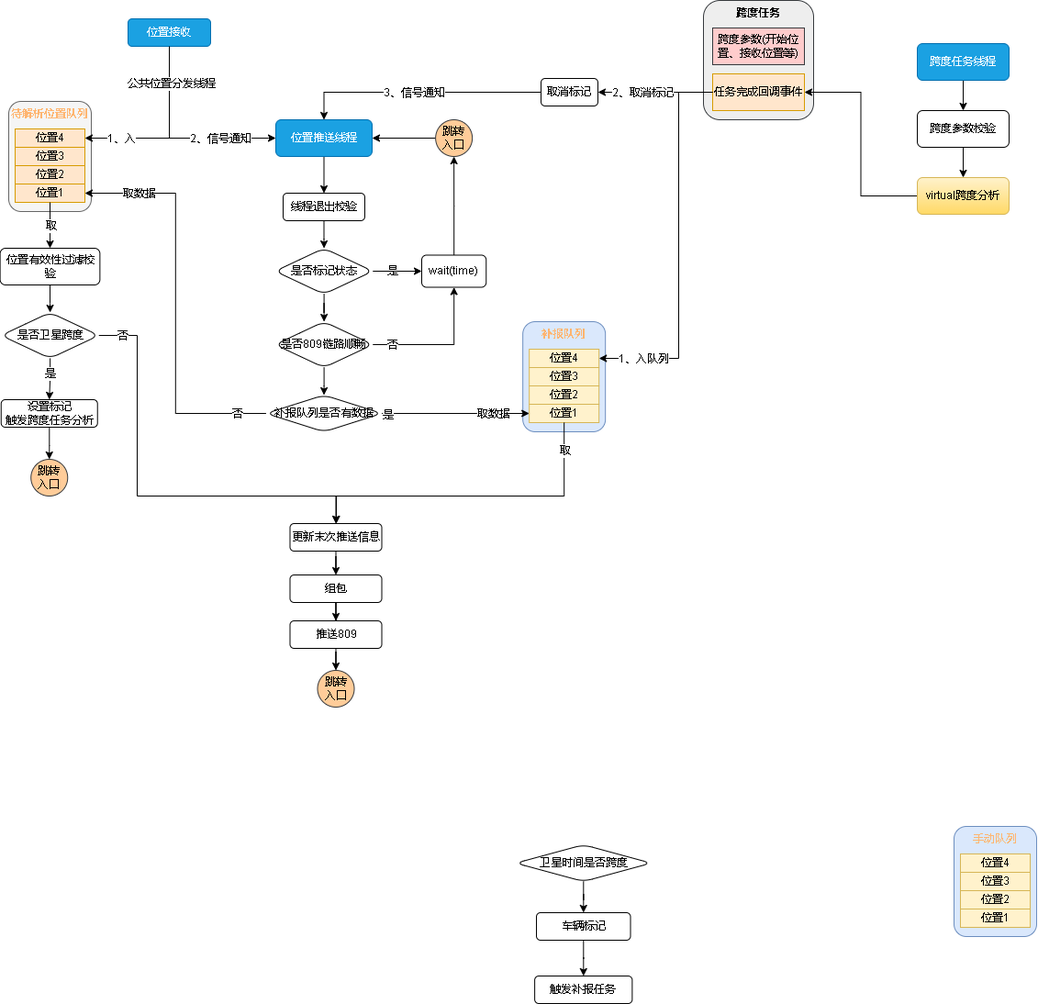
Earlier version of the draw.io export 809数据跨度.drawio.png (xktder/draw). Source tidied: cells renumbered, new cells last; positions are measured from the earlier drawing's top-left corner, leaving out a move shared by most shapes.
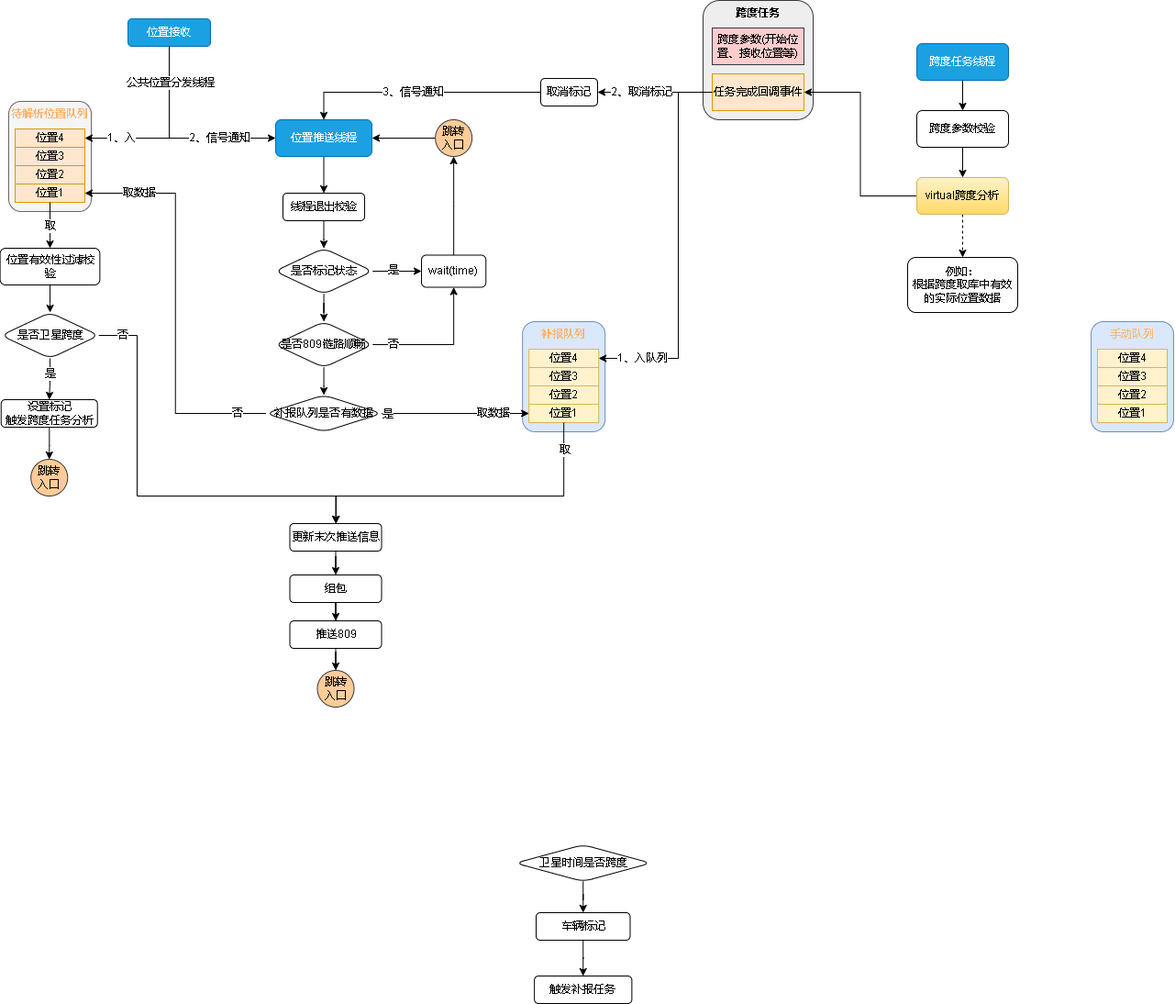
Later version of the same file.

Commit message:
更新809数据跨度.drawio.png

Diff of the diagram source:
```diff
@@ -242,7 +242,7 @@
       <mxGeometry x="345.5" y="730" width="40" height="40" as="geometry" />
     </mxCell>
     <mxCell id="69" style="group;" parent="1" vertex="1">
-      <mxGeometry x="1039" y="900" width="90" height="120" as="geometry" />
+      <mxGeometry x="1189" y="350" width="90" height="120" as="geometry" />
     </mxCell>
     <mxCell id="70" value="&lt;font color=&quot;#ffb570&quot;&gt;手动队列&lt;/font&gt;" style="rounded=1;whiteSpace=wrap;html=1;verticalAlign=top;fillColor=#dae8fc;strokeColor=#6c8ebf;" parent="69" vertex="1">
       <mxGeometry width="90" height="120" as="geometry" />
@@ -318,8 +318,14 @@
     <mxCell id="90" style="edgeStyle=orthogonalEdgeStyle;rounded=0;jettySize=auto;html=1;entryX=1;entryY=0.5;entryDx=0;entryDy=0;fontColor=#000000;" parent="1" edge="1" source="91" target="78">
       <mxGeometry relative="1" as="geometry" />
     </mxCell>
+    <mxCell id="92" style="edgeStyle=orthogonalEdgeStyle;rounded=0;jettySize=auto;html=1;fontColor=#000000;entryX=0.5;entryY=0;entryDx=0;entryDy=0;dashed=1;" parent="1" edge="1" source="91" target="93">
+      <mxGeometry relative="1" as="geometry" />
+    </mxCell>
     <mxCell id="91" value="virtual跨度分析" style="whiteSpace=wrap;html=1;rounded=1;fillColor=#fff2cc;gradientColor=#ffd966;strokeColor=#d6b656;" parent="1" vertex="1">
       <mxGeometry x="999" y="193" width="100" height="40" as="geometry" />
     </mxCell>
+    <mxCell id="93" value="例如：&lt;br&gt;根据跨度取库中有效的实际位置数据" style="rounded=1;whiteSpace=wrap;html=1;fontColor=#000000;" parent="1" vertex="1">
+      <mxGeometry x="989" y="280" width="120" height="60" as="geometry" />
+    </mxCell>
   </root>
 </mxGraphModel>
```
